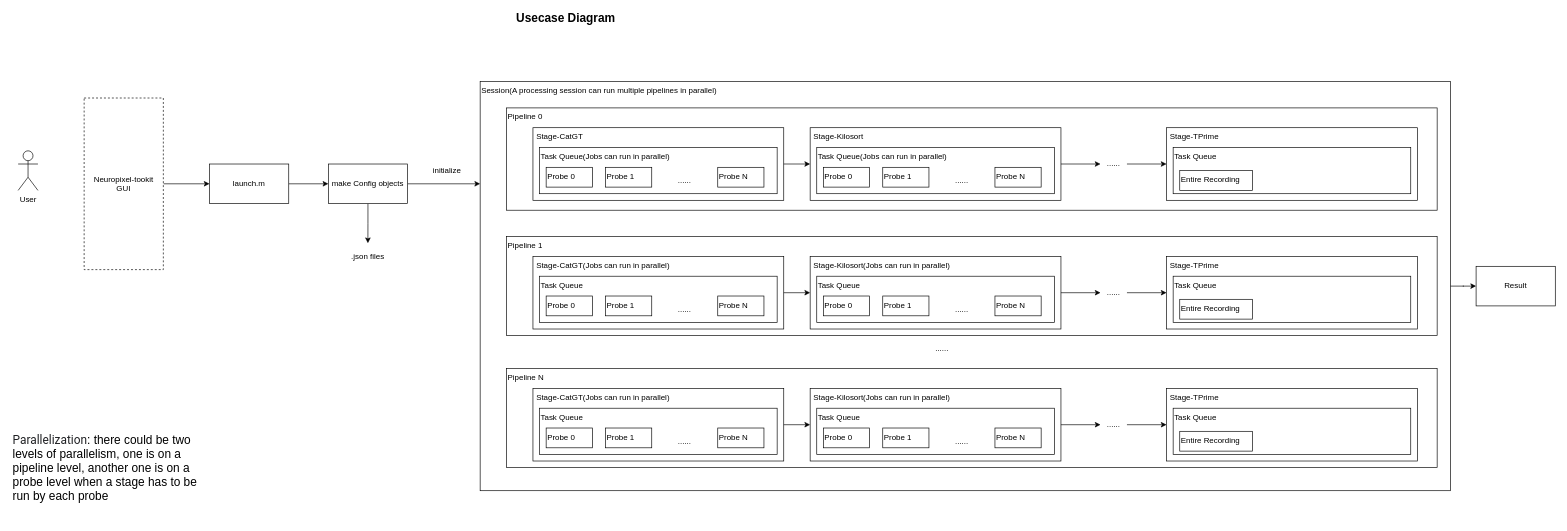
Above: docs/usecase_diagram.drawio in MATLAB-Community-Toolboxes-at-INCF/neuropixels-toolkit (draw.io), before the change. Source tidied: cells renumbered, new cells numbered last; positions are measured from the earlier drawing's top-left corner, leaving out a move shared by most shapes. Both pictures are drawn from the tidied source at 66%, with x=0, y=0 at pixel (11, 12).
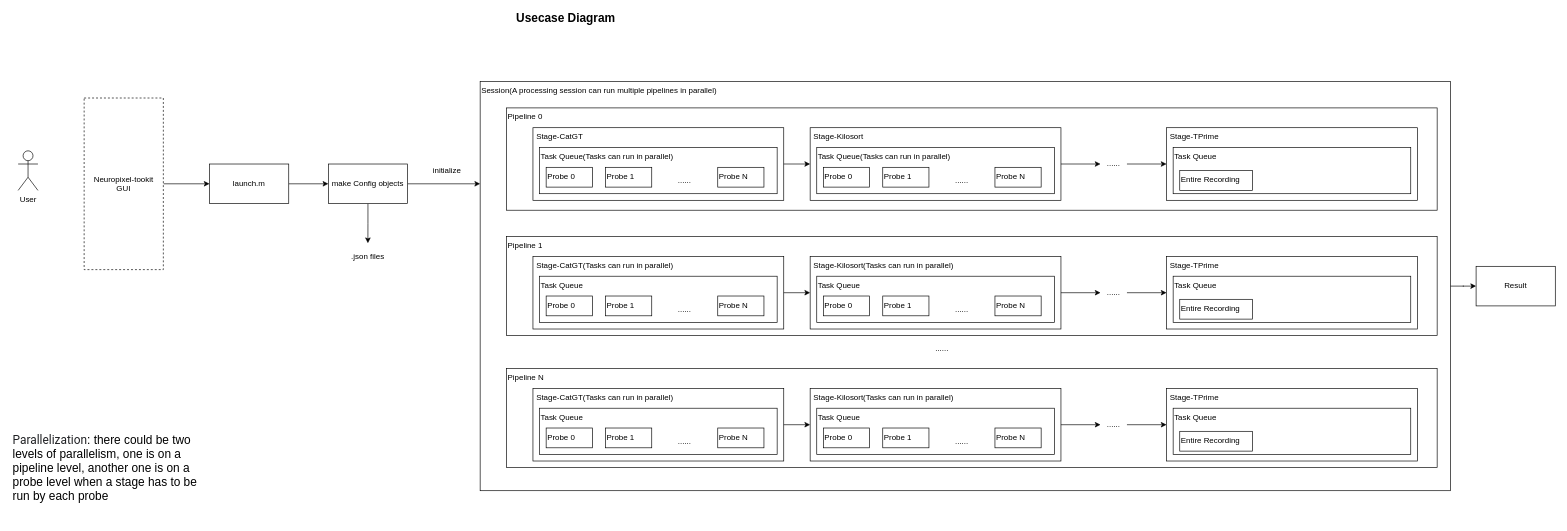
Above is the later version.

Unchanged cells that the change refers to:
```xml
<mxCell id="17" style="group;" parent="1" vertex="1">
  <mxGeometry x="790" y="175" width="380" height="110" as="geometry" />
</mxCell>
<mxCell id="24" style="group;" parent="1" vertex="1">
  <mxGeometry x="1210" y="175" width="380" height="110" as="geometry" />
</mxCell>
<mxCell id="40" style="group;" parent="1" vertex="1">
  <mxGeometry x="790" y="370" width="380" height="110" as="geometry" />
</mxCell>
<mxCell id="47" style="group;" parent="1" vertex="1">
  <mxGeometry x="1210" y="370" width="380" height="110" as="geometry" />
</mxCell>
<mxCell id="63" style="group;" parent="1" vertex="1">
  <mxGeometry x="790" y="570" width="380" height="110" as="geometry" />
</mxCell>
<mxCell id="70" style="group;" parent="1" vertex="1">
  <mxGeometry x="1210" y="570" width="380" height="110" as="geometry" />
</mxCell>
```

Diff of the diagram source:
```diff
@@
-    <mxCell id="19" value="Task Queue(Jobs can run in parallel)" style="rounded=0;whiteSpace=wrap;html=1;verticalAlign=top;align=left;" parent="17" vertex="1">
+    <mxCell id="19" value="Task Queue(Tasks can run in parallel)" style="rounded=0;whiteSpace=wrap;html=1;verticalAlign=top;align=left;" parent="17" vertex="1">
       <mxGeometry x="10" y="30" width="360" height="70" as="geometry" />
     </mxCell>
@@
-    <mxCell id="26" value="Task Queue(Jobs can run in parallel)" style="rounded=0;whiteSpace=wrap;html=1;verticalAlign=top;align=left;" parent="24" vertex="1">
+    <mxCell id="26" value="Task Queue(Tasks can run in parallel)" style="rounded=0;whiteSpace=wrap;html=1;verticalAlign=top;align=left;" parent="24" vertex="1">
       <mxGeometry x="10" y="30" width="360" height="70" as="geometry" />
     </mxCell>
@@
-    <mxCell id="41" value="&amp;nbsp;Stage-CatGT(Jobs can run in parallel)" style="rounded=0;whiteSpace=wrap;html=1;align=left;verticalAlign=top;" parent="40" vertex="1">
+    <mxCell id="41" value="&amp;nbsp;Stage-CatGT(Tasks can run in parallel)" style="rounded=0;whiteSpace=wrap;html=1;align=left;verticalAlign=top;" parent="40" vertex="1">
       <mxGeometry width="380" height="110" as="geometry" />
     </mxCell>
@@
-    <mxCell id="48" value="&amp;nbsp;Stage-Kilosort(Jobs can run in parallel)" style="rounded=0;whiteSpace=wrap;html=1;align=left;verticalAlign=top;" parent="47" vertex="1">
+    <mxCell id="48" value="&amp;nbsp;Stage-Kilosort(Tasks can run in parallel)" style="rounded=0;whiteSpace=wrap;html=1;align=left;verticalAlign=top;" parent="47" vertex="1">
       <mxGeometry width="380" height="110" as="geometry" />
     </mxCell>
@@
-    <mxCell id="64" value="&amp;nbsp;Stage-CatGT(Jobs can run in parallel)" style="rounded=0;whiteSpace=wrap;html=1;align=left;verticalAlign=top;" parent="63" vertex="1">
+    <mxCell id="64" value="&amp;nbsp;Stage-CatGT(Tasks can run in parallel)" style="rounded=0;whiteSpace=wrap;html=1;align=left;verticalAlign=top;" parent="63" vertex="1">
       <mxGeometry width="380" height="110" as="geometry" />
     </mxCell>
@@
-    <mxCell id="71" value="&amp;nbsp;Stage-Kilosort(Jobs can run in parallel)" style="rounded=0;whiteSpace=wrap;html=1;align=left;verticalAlign=top;" parent="70" vertex="1">
+    <mxCell id="71" value="&amp;nbsp;Stage-Kilosort(Tasks can run in parallel)" style="rounded=0;whiteSpace=wrap;html=1;align=left;verticalAlign=top;" parent="70" vertex="1">
       <mxGeometry width="380" height="110" as="geometry" />
     </mxCell>
```
